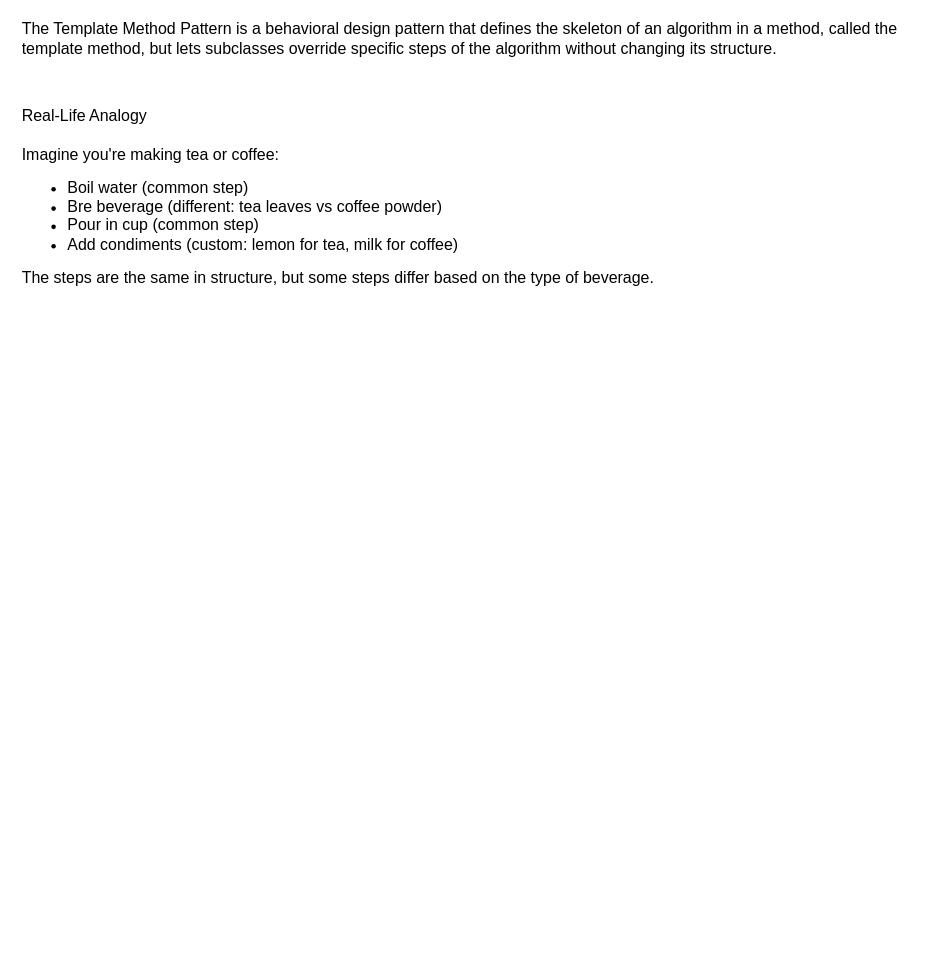
Before: DesignPatterns/Template_DesignPattern.drawio in tyk1hc/drawio, a draw.io diagram. Source tidied: cells renumbered, new cells numbered last; positions are measured from the earlier drawing's top-left corner, leaving out a move shared by most shapes. Both pictures are drawn from the tidied source at 114%, with x=0, y=0 at pixel (19, 19).
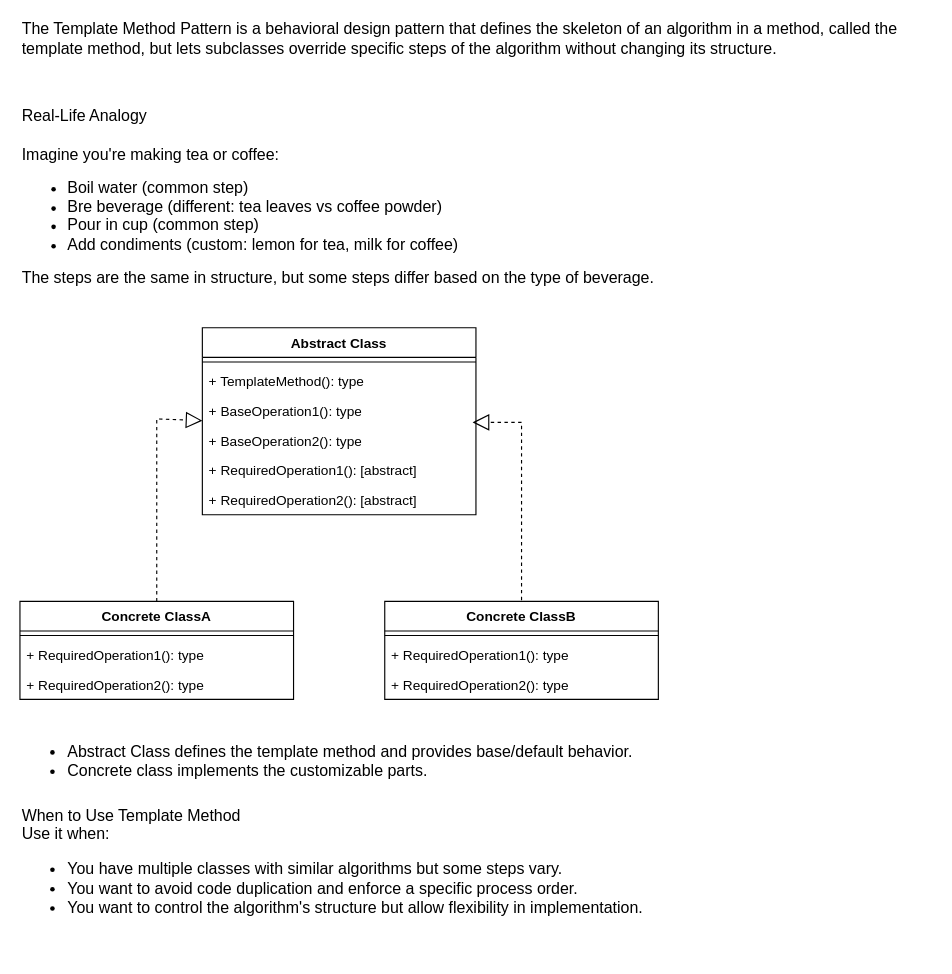
Above is the later version.

What changed in the source:
```diff
@@
+    <mxCell id="4" value="Abstract Class" style="swimlane;fontStyle=1;align=center;verticalAlign=top;horizontal=1;startSize=26;whiteSpace=wrap;html=1;" parent="1" vertex="1">
+      <mxGeometry x="160" y="270" width="240" height="164" as="geometry" />
+    </mxCell>
+    <mxCell id="5" style="line;strokeWidth=1;fillColor=none;align=left;verticalAlign=middle;spacingTop=-1;spacingLeft=3;spacingRight=3;labelPosition=right;strokeColor=inherit;" parent="4" vertex="1">
+      <mxGeometry y="26" width="240" height="8" as="geometry" />
+    </mxCell>
+    <mxCell id="6" value="+ TemplateMethod(): type" style="text;strokeColor=none;fillColor=none;align=left;verticalAlign=top;spacingLeft=4;spacingRight=4;overflow=hidden;whiteSpace=wrap;html=1;" parent="4" vertex="1">
+      <mxGeometry y="34" width="240" height="26" as="geometry" />
+    </mxCell>
+    <mxCell id="7" value="+ BaseOperation1(): type" style="text;strokeColor=none;fillColor=none;align=left;verticalAlign=top;spacingLeft=4;spacingRight=4;overflow=hidden;points=[[0,0.5],[1,0.5]];portConstraint=eastwest;whiteSpace=wrap;html=1;" parent="4" vertex="1">
+      <mxGeometry y="60" width="240" height="26" as="geometry" />
+    </mxCell>
+    <mxCell id="8" value="+ BaseOperation2(): type" style="text;strokeColor=none;fillColor=none;align=left;verticalAlign=top;spacingLeft=4;spacingRight=4;overflow=hidden;whiteSpace=wrap;html=1;" parent="4" vertex="1">
+      <mxGeometry y="86" width="240" height="26" as="geometry" />
+    </mxCell>
+    <mxCell id="9" value="+ RequiredOperation1(): [abstract]" style="text;strokeColor=none;fillColor=none;align=left;verticalAlign=top;spacingLeft=4;spacingRight=4;overflow=hidden;whiteSpace=wrap;html=1;" parent="4" vertex="1">
+      <mxGeometry y="112" width="240" height="26" as="geometry" />
+    </mxCell>
+    <mxCell id="10" value="+ RequiredOperation2(): [abstract]" style="text;strokeColor=none;fillColor=none;align=left;verticalAlign=top;spacingLeft=4;spacingRight=4;overflow=hidden;whiteSpace=wrap;html=1;" parent="4" vertex="1">
+      <mxGeometry y="138" width="240" height="26" as="geometry" />
+    </mxCell>
+    <mxCell id="11" value="Concrete ClassA" style="swimlane;fontStyle=1;align=center;verticalAlign=top;horizontal=1;startSize=26;whiteSpace=wrap;html=1;" parent="1" vertex="1">
+      <mxGeometry y="510" width="240" height="86" as="geometry" />
+    </mxCell>
+    <mxCell id="12" style="line;strokeWidth=1;fillColor=none;align=left;verticalAlign=middle;spacingTop=-1;spacingLeft=3;spacingRight=3;labelPosition=right;strokeColor=inherit;" parent="11" vertex="1">
+      <mxGeometry y="26" width="240" height="8" as="geometry" />
+    </mxCell>
+    <mxCell id="13" value="+ RequiredOperation1(): type" style="text;strokeColor=none;fillColor=none;align=left;verticalAlign=top;spacingLeft=4;spacingRight=4;overflow=hidden;whiteSpace=wrap;html=1;" parent="11" vertex="1">
+      <mxGeometry y="34" width="240" height="26" as="geometry" />
+    </mxCell>
+    <mxCell id="14" value="+ RequiredOperation2(): type" style="text;strokeColor=none;fillColor=none;align=left;verticalAlign=top;spacingLeft=4;spacingRight=4;overflow=hidden;whiteSpace=wrap;html=1;" parent="11" vertex="1">
+      <mxGeometry y="60" width="240" height="26" as="geometry" />
+    </mxCell>
+    <mxCell id="15" value="Concrete ClassB" style="swimlane;fontStyle=1;align=center;verticalAlign=top;horizontal=1;startSize=26;whiteSpace=wrap;html=1;" parent="1" vertex="1">
+      <mxGeometry x="320" y="510" width="240" height="86" as="geometry" />
+    </mxCell>
+    <mxCell id="16" style="line;strokeWidth=1;fillColor=none;align=left;verticalAlign=middle;spacingTop=-1;spacingLeft=3;spacingRight=3;labelPosition=right;strokeColor=inherit;" parent="15" vertex="1">
+      <mxGeometry y="26" width="240" height="8" as="geometry" />
+    </mxCell>
+    <mxCell id="17" value="+ RequiredOperation1(): type" style="text;strokeColor=none;fillColor=none;align=left;verticalAlign=top;spacingLeft=4;spacingRight=4;overflow=hidden;whiteSpace=wrap;html=1;" parent="15" vertex="1">
+      <mxGeometry y="34" width="240" height="26" as="geometry" />
+    </mxCell>
+    <mxCell id="18" value="+ RequiredOperation2(): type" style="text;strokeColor=none;fillColor=none;align=left;verticalAlign=top;spacingLeft=4;spacingRight=4;overflow=hidden;whiteSpace=wrap;html=1;" parent="15" vertex="1">
+      <mxGeometry y="60" width="240" height="26" as="geometry" />
+    </mxCell>
+    <mxCell id="19" style="endArrow=block;dashed=1;endFill=0;endSize=12;html=1;rounded=0;entryX=0.988;entryY=0.885;entryDx=0;entryDy=0;entryPerimeter=0;" parent="1" edge="1" target="7">
+      <mxGeometry relative="1" as="geometry">
+        <mxPoint x="440" y="509" as="sourcePoint" />
+        <Array as="points">
+          <mxPoint x="440" y="353" />
+        </Array>
+      </mxGeometry>
+    </mxCell>
+    <mxCell id="20" style="endArrow=block;dashed=1;endFill=0;endSize=12;html=1;rounded=0;exitX=0.5;exitY=0;exitDx=0;exitDy=0;" parent="1" edge="1" source="11">
+      <mxGeometry relative="1" as="geometry">
+        <mxPoint x="160" y="351.5" as="targetPoint" />
+        <Array as="points">
+          <mxPoint x="120" y="350" />
+        </Array>
+      </mxGeometry>
+    </mxCell>
+    <mxCell id="21" value="&lt;ul&gt;&lt;li&gt;Abstract Class defines the template method and provides base/default behavior.&lt;/li&gt;&lt;li&gt;Concrete class implements the customizable parts.&lt;/li&gt;&lt;/ul&gt;" style="text;html=1;align=left;verticalAlign=middle;whiteSpace=wrap;rounded=0;fontSize=14;" parent="1" vertex="1">
+      <mxGeometry y="630" width="800" height="40" as="geometry" />
+    </mxCell>
+    <mxCell id="22" value="When to Use Template Method&lt;div&gt;Use it when:&lt;/div&gt;&lt;div&gt;&lt;ul&gt;&lt;li&gt;You have multiple classes with similar algorithms but some steps vary.&lt;/li&gt;&lt;li&gt;You want to avoid code duplication and enforce a specific process order.&lt;/li&gt;&lt;li&gt;You want to control the algorithm's structure but allow flexibility in implementation.&lt;/li&gt;&lt;/ul&gt;&lt;/div&gt;" style="text;html=1;align=left;verticalAlign=middle;whiteSpace=wrap;rounded=0;fontSize=14;" parent="1" vertex="1">
+      <mxGeometry y="670" width="800" height="150" as="geometry" />
+    </mxCell>
```
